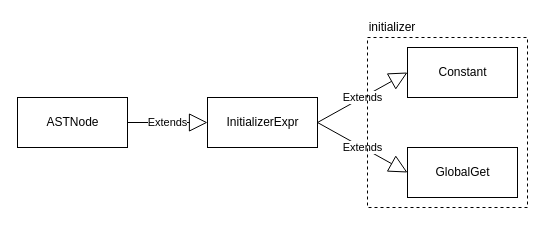
Before: Images/4.MIR/initalizer-expression.drawio in NineKa/sable-wasm-thesis, a draw.io diagram. Source tidied: cells renumbered, new cells numbered last; positions are measured from the earlier drawing's top-left corner, leaving out a move shared by most shapes. Both pictures are drawn from the tidied source at 100%, with x=0, y=0 at pixel (17, 17).
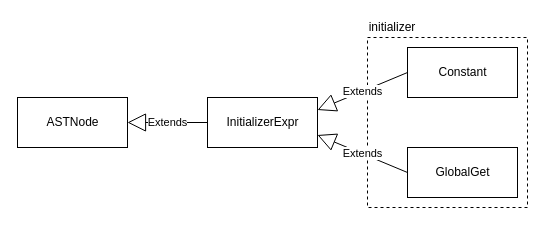
Above is the later version.

Commit message (it also covers changes not shown here):
fix the initializer expression figure (extend arrow wrong direction)

The edit, as a diff of the source:
```diff
@@
 <mxGraphModel>
   <root>
     <mxCell id="0" />
     <mxCell id="1" parent="0" />
     <mxCell id="2" value="&lt;span class=&quot;pl-en&quot;&gt;InitializerExpr&lt;/span&gt; " style="html=1;" parent="1" vertex="1">
       <mxGeometry x="190" y="80" width="110" height="50" as="geometry" />
     </mxCell>
     <mxCell id="3" value="ASTNode" style="html=1;" parent="1" vertex="1">
       <mxGeometry y="80" width="110" height="50" as="geometry" />
     </mxCell>
     <mxCell id="4" value="Constant" style="html=1;" parent="1" vertex="1">
       <mxGeometry x="390" y="30" width="110" height="50" as="geometry" />
     </mxCell>
     <mxCell id="5" value="GlobalGet" style="html=1;" parent="1" vertex="1">
       <mxGeometry x="390" y="130" width="110" height="50" as="geometry" />
     </mxCell>
-    <mxCell id="6" value="Extends" style="endArrow=block;endSize=16;endFill=0;html=1;exitX=1;exitY=0.5;exitDx=0;exitDy=0;entryX=0;entryY=0.5;entryDx=0;entryDy=0;" parent="1" edge="1" source="3" target="2">
-      <mxGeometry relative="1" as="geometry" />
-    </mxCell>
-    <mxCell id="7" value="Extends" style="endArrow=block;endSize=16;endFill=0;html=1;exitX=1;exitY=0.5;exitDx=0;exitDy=0;entryX=0;entryY=0.5;entryDx=0;entryDy=0;" parent="1" edge="1" source="2" target="4">
-      <mxGeometry relative="1" as="geometry" />
-    </mxCell>
-    <mxCell id="8" value="Extends" style="endArrow=block;endSize=16;endFill=0;html=1;exitX=1;exitY=0.5;exitDx=0;exitDy=0;entryX=0;entryY=0.5;entryDx=0;entryDy=0;" parent="1" edge="1" source="2" target="5">
-      <mxGeometry relative="1" as="geometry" />
-    </mxCell>
     <mxCell id="9" style="rounded=0;whiteSpace=wrap;html=1;fillColor=none;dashed=1;" parent="1" vertex="1">
       <mxGeometry x="350" y="20" width="160" height="170" as="geometry" />
     </mxCell>
     <mxCell id="10" value="initializer" style="text;html=1;strokeColor=none;fillColor=none;align=center;verticalAlign=middle;whiteSpace=wrap;rounded=0;dashed=1;" parent="1" vertex="1">
       <mxGeometry x="350" width="50" height="20" as="geometry" />
     </mxCell>
+    <mxCell id="11" value="Extends" style="endArrow=block;endSize=16;endFill=0;html=1;entryX=1;entryY=0.5;entryDx=0;entryDy=0;exitX=0;exitY=0.5;exitDx=0;exitDy=0;" parent="1" edge="1" source="2" target="3">
+      <mxGeometry relative="1" as="geometry" />
+    </mxCell>
+    <mxCell id="12" value="Extends" style="endArrow=block;endSize=16;endFill=0;html=1;entryX=1;entryY=0.25;entryDx=0;entryDy=0;exitX=0;exitY=0.5;exitDx=0;exitDy=0;" parent="1" edge="1" source="4" target="2">
+      <mxGeometry relative="1" as="geometry" />
+    </mxCell>
+    <mxCell id="13" value="Extends" style="endArrow=block;endSize=16;endFill=0;html=1;entryX=1;entryY=0.75;entryDx=0;entryDy=0;exitX=0;exitY=0.5;exitDx=0;exitDy=0;" parent="1" edge="1" source="5" target="2">
+      <mxGeometry relative="1" as="geometry" />
+    </mxCell>
   </root>
 </mxGraphModel>
```
